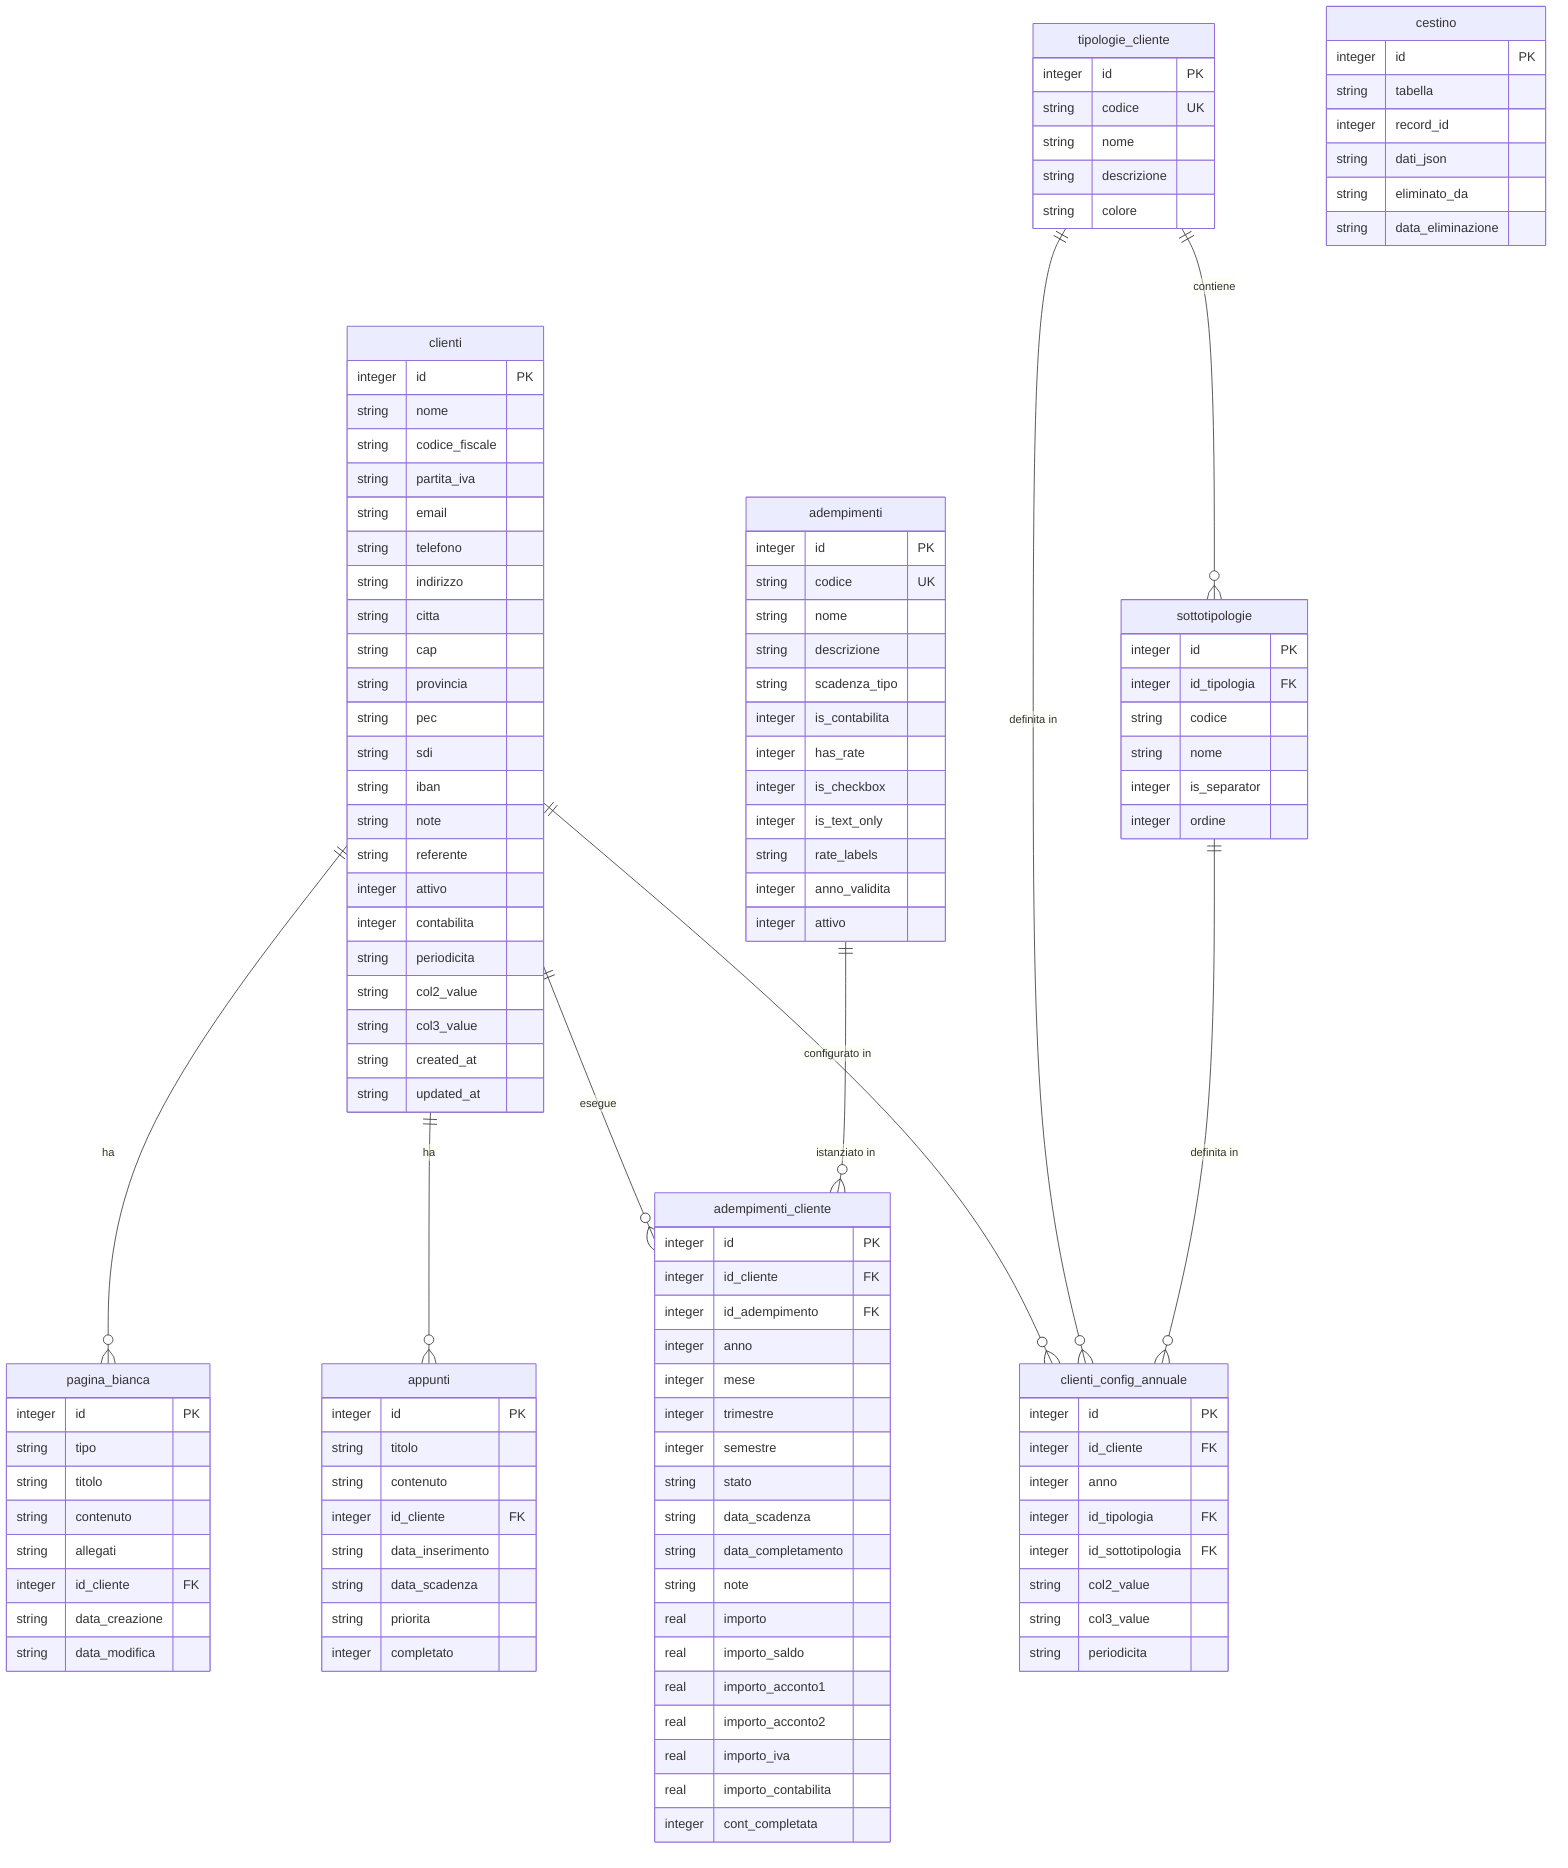
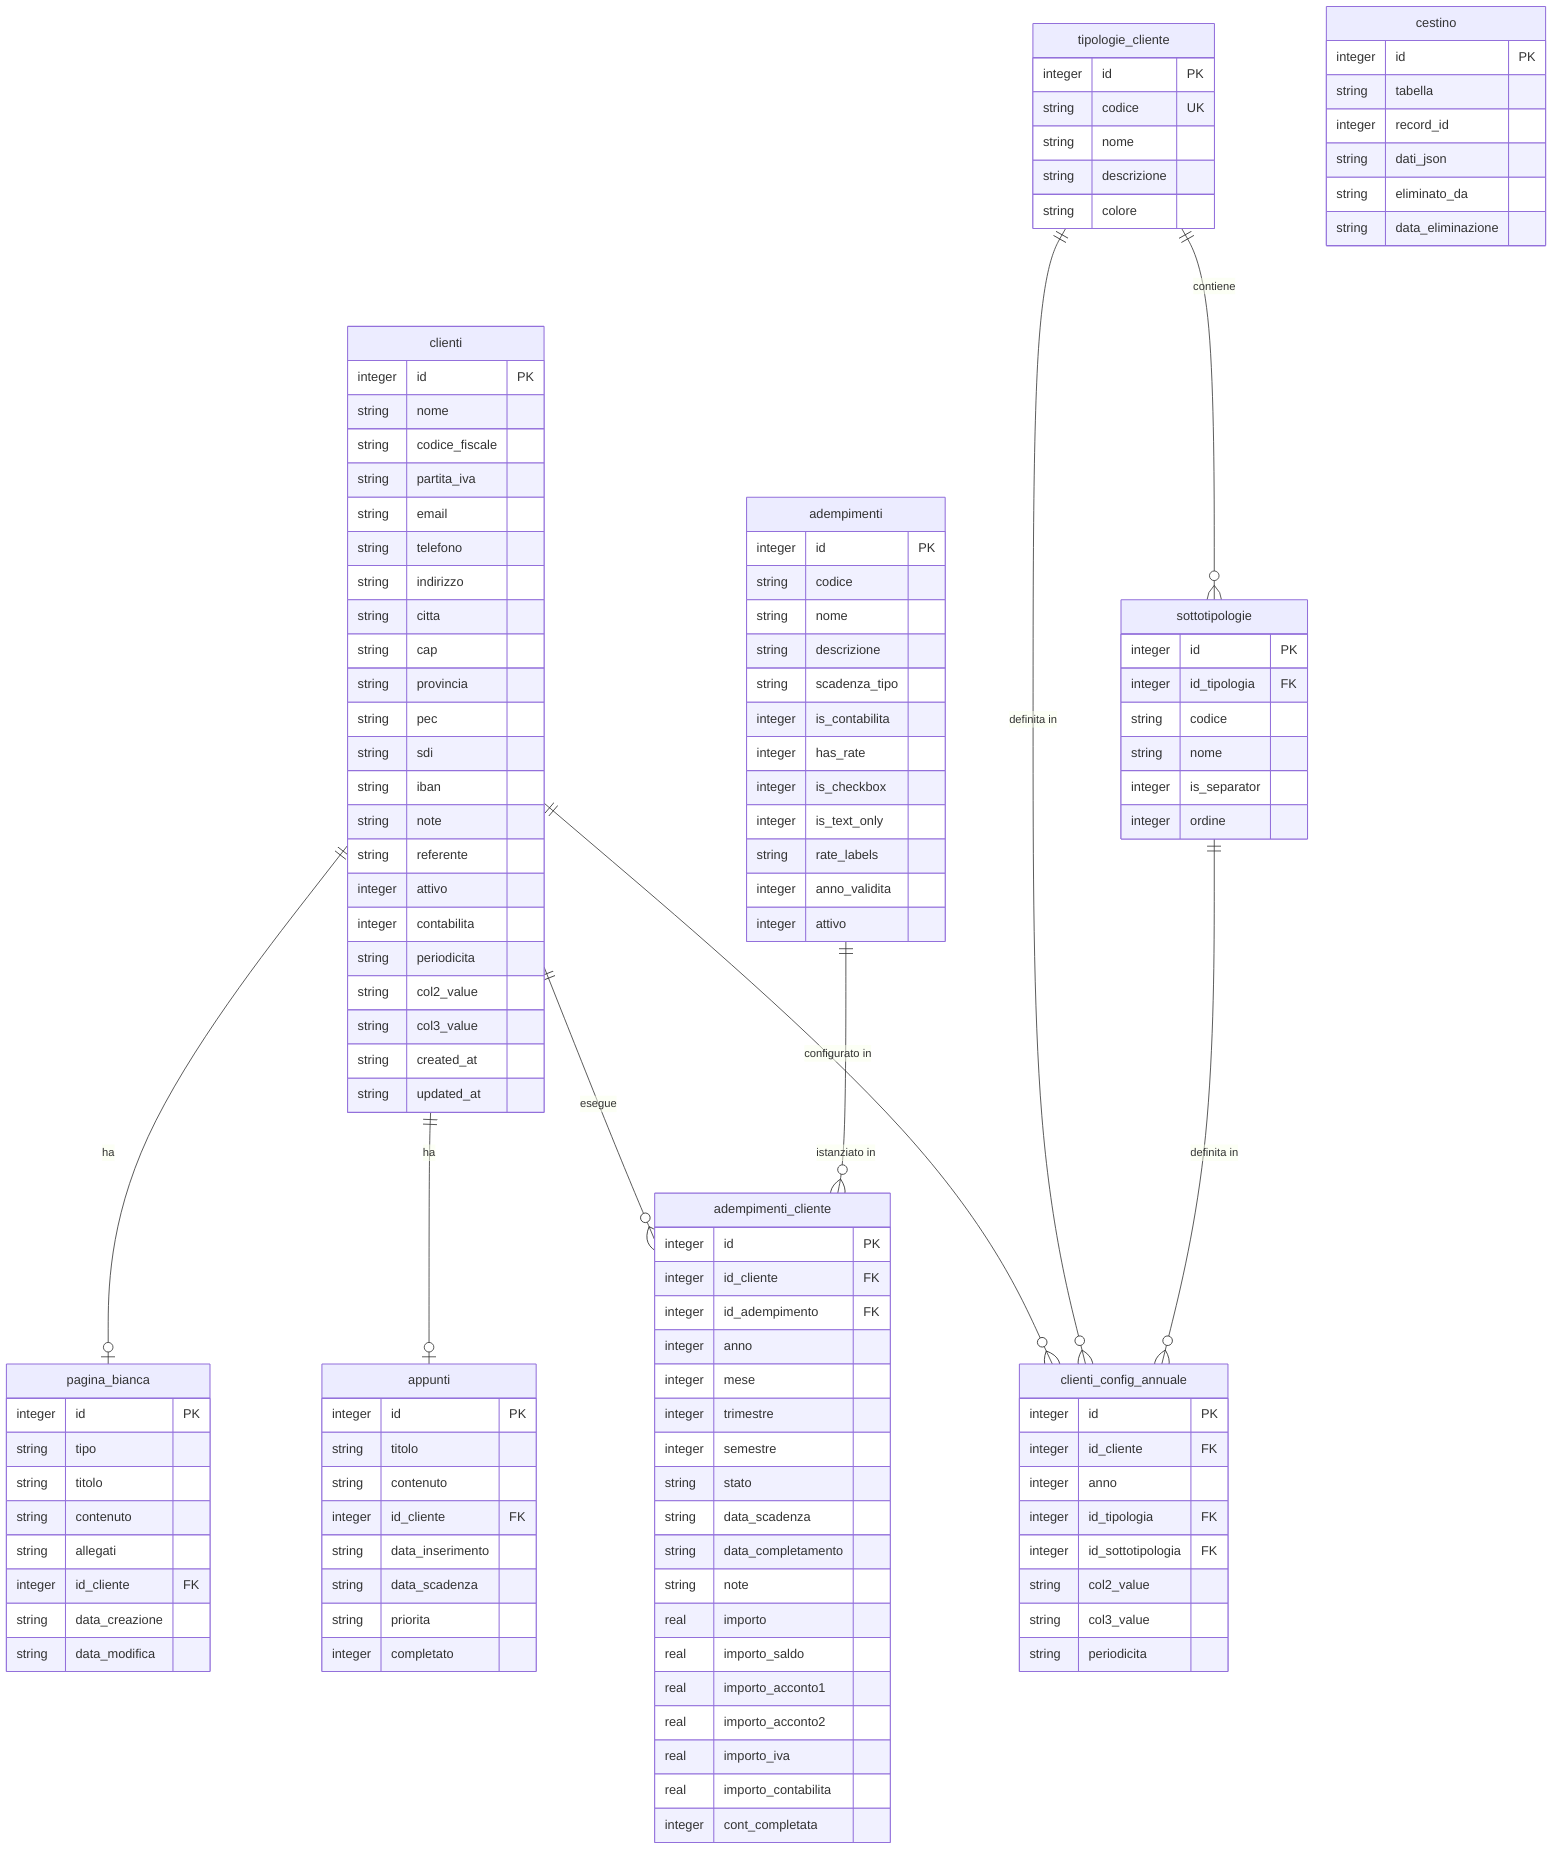
erDiagram
    clienti {
        integer id PK
        string nome
        string codice_fiscale
        string partita_iva
        string email
        string telefono
        string indirizzo
        string citta
        string cap
        string provincia
        string pec
        string sdi
        string iban
        string note
        string referente
        integer attivo
        integer contabilita
        string periodicita
        string col2_value
        string col3_value
        string created_at
        string updated_at
    }

    tipologie_cliente {
        integer id PK
        string codice UK
        string nome
        string descrizione
        string colore
    }

    sottotipologie {
        integer id PK
        integer id_tipologia FK
        string codice
        string nome
        integer is_separator
        integer ordine
    }

    clienti_config_annuale {
        integer id PK
        integer id_cliente FK
        integer anno
        integer id_tipologia FK
        integer id_sottotipologia FK
        string col2_value
        string col3_value
        string periodicita
    }

    adempimenti {
        integer id PK
-         string codice UK
+         string codice
        string nome
        string descrizione
        string scadenza_tipo
        integer is_contabilita
        integer has_rate
        integer is_checkbox
        integer is_text_only
        string rate_labels
        integer anno_validita
        integer attivo
    }

    adempimenti_cliente {
        integer id PK
        integer id_cliente FK
        integer id_adempimento FK
        integer anno
        integer mese
        integer trimestre
        integer semestre
        string stato
        string data_scadenza
        string data_completamento
        string note
        real importo
        real importo_saldo
        real importo_acconto1
        real importo_acconto2
        real importo_iva
        real importo_contabilita
        integer cont_completata
    }

    appunti {
        integer id PK
        string titolo
        string contenuto
        integer id_cliente FK
        string data_inserimento
        string data_scadenza
        string priorita
        integer completato
    }

    pagina_bianca {
        integer id PK
        string tipo
        string titolo
        string contenuto
        string allegati
        integer id_cliente FK
        string data_creazione
        string data_modifica
    }

    cestino {
        integer id PK
        string tabella
        integer record_id
        string dati_json
        string eliminato_da
        string data_eliminazione
    }

+ 
    %% Relazioni
    clienti ||--o{ adempimenti_cliente : "esegue"
    clienti ||--o{ clienti_config_annuale : "configurato in"
-     clienti ||--o{ appunti : "ha"
-     clienti ||--o{ pagina_bianca : "ha"
+     clienti ||--o| appunti : "ha"
+     clienti ||--o| pagina_bianca : "ha"

    tipologie_cliente ||--o{ sottotipologie : "contiene"
    tipologie_cliente ||--o{ clienti_config_annuale : "definita in"

    sottotipologie ||--o{ clienti_config_annuale : "definita in"

-     adempimenti ||--o{ adempimenti_cliente : "istanziato in"
+     adempimenti ||--o{ adempimenti_cliente : "istanziato in"